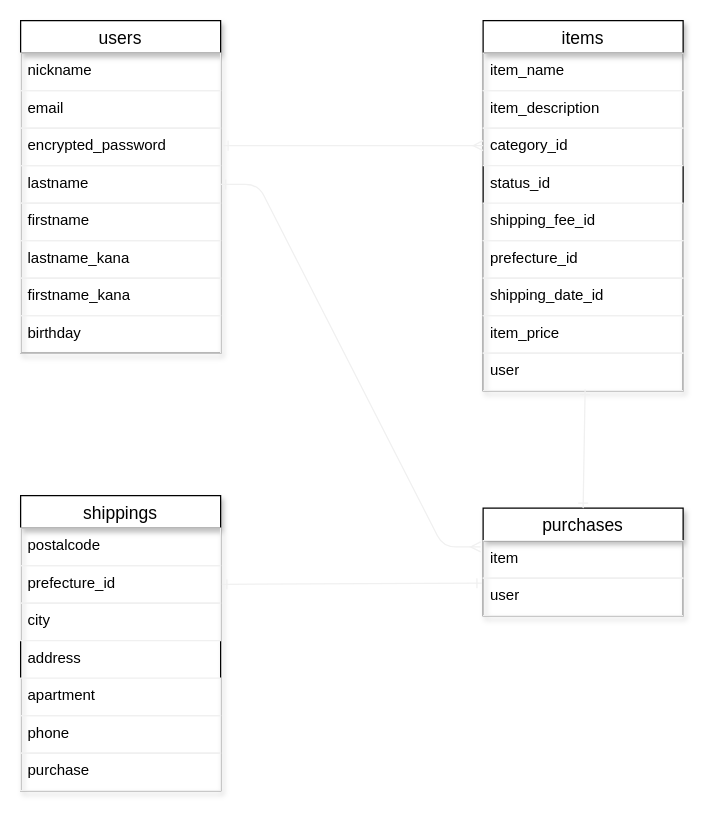
coto1130/furima-36953 keeps this draw.io diagram as furima.dio. Above is the earlier version. Source tidied: cells renumbered, new cells numbered last; positions are measured from the earlier drawing's top-left corner, leaving out a move shared by most shapes. Both pictures are drawn from the tidied source at 125%, with x=0, y=0 at pixel (20, 20).
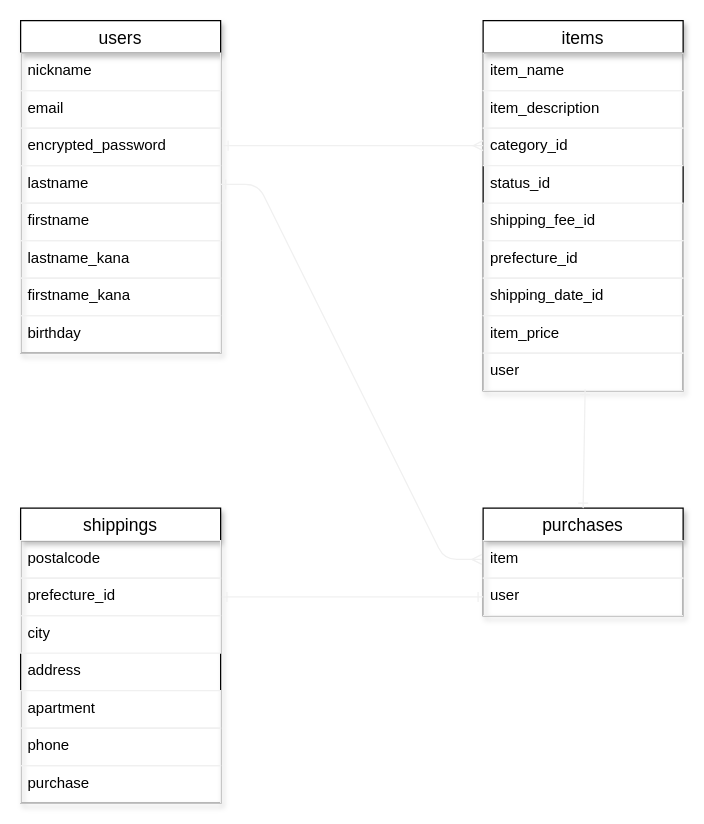
After the change.

The change refers to these unchanged cells:
```xml
<mxCell id="6" value="lastname" style="text;fillColor=none;spacingLeft=4;spacingRight=4;overflow=hidden;points=[[0,0.5],[1,0.5]];portConstraint=eastwest;fontSize=12;strokeColor=#f0f0f0;" parent="2" vertex="1">
  <mxGeometry y="116" width="160" height="30" as="geometry" />
</mxCell>
<mxCell id="22" value="item" style="text;fillColor=none;spacingLeft=4;spacingRight=4;overflow=hidden;points=[[0,0.5],[1,0.5]];portConstraint=eastwest;fontSize=12;perimeterSpacing=1;strokeColor=#f0f0f0;" parent="21" vertex="1">
  <mxGeometry y="26" width="160" height="30" as="geometry" />
</mxCell>
<mxCell id="23" value="user" style="text;fillColor=none;spacingLeft=4;spacingRight=4;overflow=hidden;points=[[0,0.5],[1,0.5]];portConstraint=eastwest;fontSize=12;strokeColor=#f0f0f0;" parent="21" vertex="1">
  <mxGeometry y="56" width="160" height="30" as="geometry" />
</mxCell>
<mxCell id="26" value="prefecture_id " style="text;fillColor=none;spacingLeft=4;spacingRight=4;overflow=hidden;points=[[0,0.5],[1,0.5]];portConstraint=eastwest;fontSize=12;perimeterSpacing=1;strokeColor=#f0f0f0;" parent="24" vertex="1">
  <mxGeometry y="56" width="160" height="30" as="geometry" />
</mxCell>
```

Diff of the diagram source:
```diff
@@
     <mxCell id="24" value="shippings" style="swimlane;fontStyle=0;horizontal=1;startSize=26;align=center;fontSize=14;shadow=1;" parent="1" vertex="1">
-      <mxGeometry y="380" width="160" height="236" as="geometry" />
+      <mxGeometry y="390" width="160" height="236" as="geometry" />
     </mxCell>
@@
-    <mxCell id="33" style="edgeStyle=none;html=1;startArrow=ERone;startFill=0;endArrow=ERone;endFill=0;strokeColor=#f0f0f0;entryX=1;entryY=0.5;entryDx=0;entryDy=0;exitX=-0.006;exitY=0.133;exitDx=0;exitDy=0;exitPerimeter=0;" parent="1" edge="1" source="23" target="26">
-      <mxGeometry relative="1" as="geometry" />
+    <mxCell id="33" style="edgeStyle=none;html=1;startArrow=ERone;startFill=0;endArrow=ERone;endFill=0;strokeColor=#f0f0f0;entryX=1;entryY=0.5;entryDx=0;entryDy=0;" parent="1" edge="1" target="26">
+      <mxGeometry relative="1" as="geometry">
+        <mxPoint x="370" y="461" as="sourcePoint" />
+      </mxGeometry>
     </mxCell>
@@
-    <mxCell id="35" style="edgeStyle=entityRelationEdgeStyle;fontSize=12;html=1;endArrow=ERmany;strokeColor=#f0f0f0;strokeWidth=1;exitX=1;exitY=0.5;exitDx=0;exitDy=0;entryX=0;entryY=0.5;entryDx=0;entryDy=0;startArrow=ERone;startFill=0;" parent="1" edge="1" source="6">
-      <mxGeometry relative="1" as="geometry">
-        <mxPoint x="368" y="421" as="targetPoint" />
-      </mxGeometry>
+    <mxCell id="35" style="edgeStyle=entityRelationEdgeStyle;fontSize=12;html=1;endArrow=ERmany;strokeColor=#f0f0f0;strokeWidth=1;exitX=1;exitY=0.5;exitDx=0;exitDy=0;entryX=0;entryY=0.5;entryDx=0;entryDy=0;startArrow=ERone;startFill=0;" parent="1" edge="1" source="6" target="22">
+      <mxGeometry relative="1" as="geometry" />
     </mxCell>
```
